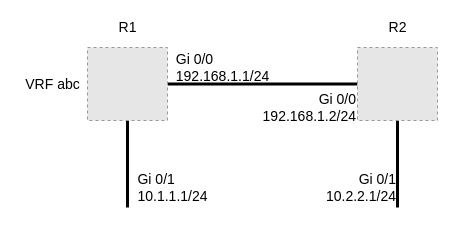
Earlier version of the draw.io diagram Documentation/Router/VRF.drawio (KerwinKwong/Draw). Source tidied: cells renumbered, new cells numbered last; positions are measured from the earlier drawing's top-left corner, leaving out a move shared by most shapes. Both pictures are drawn from the tidied source at 100%, with x=0, y=0 at pixel (17, 17). Pictures stored in the file or linked from it are replaced by grey dashed boxes.
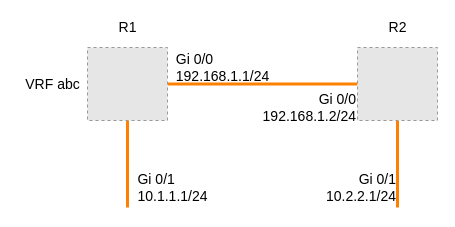
The same diagram, later.

The edit, as a diff of the source:
```diff
@@
 <mxGraphModel>
   <root>
     <mxCell id="0" />
     <mxCell id="1" parent="0" />
-    <mxCell id="2" style="edgeStyle=none;rounded=0;jettySize=auto;html=1;exitX=1;exitY=0.5;exitDx=0;exitDy=0;entryX=0;entryY=0.5;entryDx=0;entryDy=0;fontSize=18;fontColor=#000000;endArrow=none;endFill=0;strokeWidth=3;" parent="1" edge="1" source="4" target="6">
+    <mxCell id="2" style="edgeStyle=none;rounded=0;jettySize=auto;html=1;exitX=1;exitY=0.5;exitDx=0;exitDy=0;entryX=0;entryY=0.5;entryDx=0;entryDy=0;fontSize=18;fontColor=#000000;endArrow=none;endFill=0;strokeWidth=3;strokeColor=#FF8000;" parent="1" edge="1" source="4" target="6">
       <mxGeometry relative="1" as="geometry" />
     </mxCell>
-    <mxCell id="3" style="edgeStyle=none;rounded=0;jettySize=auto;html=1;exitX=0.5;exitY=1;exitDx=0;exitDy=0;fontSize=18;fontColor=#000000;endArrow=none;endFill=0;strokeWidth=3;" parent="1" edge="1" source="4">
+    <mxCell id="3" style="edgeStyle=none;rounded=0;jettySize=auto;html=1;exitX=0.5;exitY=1;exitDx=0;exitDy=0;fontSize=18;fontColor=#000000;endArrow=none;endFill=0;strokeWidth=3;strokeColor=#FF8000;" parent="1" edge="1" source="4">
       <mxGeometry relative="1" as="geometry">
         <mxPoint x="110" y="190" as="targetPoint" />
       </mxGeometry>
     </mxCell>
     <mxCell id="4" style="fillColor=#E6E6E6;strokeColor=#999999;dashed=1;verticalLabelPosition=bottom;labelBackgroundColor=#ffffff;verticalAlign=top;" parent="1" vertex="1">
       <mxGeometry x="70" y="30" width="80" height="73" as="geometry" />
     </mxCell>
-    <mxCell id="5" style="edgeStyle=none;rounded=0;jettySize=auto;html=1;exitX=0.5;exitY=1;exitDx=0;exitDy=0;fontSize=18;fontColor=#000000;endArrow=none;endFill=0;strokeWidth=3;" parent="1" edge="1" source="6">
+    <mxCell id="5" style="edgeStyle=none;rounded=0;jettySize=auto;html=1;exitX=0.5;exitY=1;exitDx=0;exitDy=0;fontSize=18;fontColor=#000000;endArrow=none;endFill=0;strokeWidth=3;strokeColor=#FF8000;" parent="1" edge="1" source="6">
       <mxGeometry relative="1" as="geometry">
         <mxPoint x="380" y="190" as="targetPoint" />
       </mxGeometry>
     </mxCell>
     <mxCell id="6" style="fillColor=#E6E6E6;strokeColor=#999999;dashed=1;verticalLabelPosition=bottom;labelBackgroundColor=#ffffff;verticalAlign=top;" parent="1" vertex="1">
       <mxGeometry x="340" y="30" width="80" height="73" as="geometry" />
     </mxCell>
+    <mxCell id="12" value="R1" style="text;html=1;align=center;verticalAlign=middle;strokeColor=none;fontSize=14;fontColor=#000000;" parent="1" vertex="1">
+      <mxGeometry x="95" width="30" height="20" as="geometry" />
+    </mxCell>
+    <mxCell id="13" value="R2" style="text;html=1;align=center;verticalAlign=middle;strokeColor=none;fontSize=14;fontColor=#000000;" parent="1" vertex="1">
+      <mxGeometry x="365" width="30" height="20" as="geometry" />
+    </mxCell>
+    <mxCell id="14" parent="0" />
-    <mxCell id="7" value="&lt;div style=&quot;text-align: left; font-size: 14px;&quot;&gt;&lt;span style=&quot;font-size: 14px;&quot;&gt;Gi 0/0&lt;/span&gt;&lt;/div&gt;&lt;div style=&quot;text-align: left; font-size: 14px;&quot;&gt;&lt;span style=&quot;font-size: 14px;&quot;&gt;192.168.1.1/24&lt;/span&gt;&lt;/div&gt;" style="text;html=1;align=center;verticalAlign=middle;strokeColor=none;fontSize=14;fontColor=#000000;" parent="1" vertex="1">
+    <mxCell id="7" value="&lt;div style=&quot;text-align: left; font-size: 14px;&quot;&gt;&lt;span style=&quot;font-size: 14px;&quot;&gt;Gi 0/0&lt;/span&gt;&lt;/div&gt;&lt;div style=&quot;text-align: left; font-size: 14px;&quot;&gt;&lt;span style=&quot;font-size: 14px;&quot;&gt;192.168.1.1/24&lt;/span&gt;&lt;/div&gt;" style="text;html=1;align=center;verticalAlign=middle;strokeColor=none;fontSize=14;fontColor=#000000;" parent="14" vertex="1">
       <mxGeometry x="150" y="30" width="110" height="40" as="geometry" />
     </mxCell>
-    <mxCell id="8" value="&lt;div style=&quot;font-size: 14px&quot;&gt;&lt;span style=&quot;font-size: 14px&quot;&gt;Gi 0/0&lt;/span&gt;&lt;/div&gt;&lt;div style=&quot;font-size: 14px&quot;&gt;&lt;span style=&quot;font-size: 14px&quot;&gt;192.168.1.2/24&lt;/span&gt;&lt;/div&gt;" style="text;html=1;align=right;verticalAlign=middle;strokeColor=none;fontSize=14;fontColor=#000000;" parent="1" vertex="1">
+    <mxCell id="8" value="&lt;div style=&quot;font-size: 14px&quot;&gt;&lt;span style=&quot;font-size: 14px&quot;&gt;Gi 0/0&lt;/span&gt;&lt;/div&gt;&lt;div style=&quot;font-size: 14px&quot;&gt;&lt;span style=&quot;font-size: 14px&quot;&gt;192.168.1.2/24&lt;/span&gt;&lt;/div&gt;" style="text;html=1;align=right;verticalAlign=middle;strokeColor=none;fontSize=14;fontColor=#000000;" parent="14" vertex="1">
       <mxGeometry x="230" y="70" width="110" height="40" as="geometry" />
     </mxCell>
-    <mxCell id="9" value="&lt;div style=&quot;text-align: left ; font-size: 14px&quot;&gt;&lt;span style=&quot;font-size: 14px&quot;&gt;Gi 0/1&lt;/span&gt;&lt;/div&gt;&lt;div style=&quot;text-align: left ; font-size: 14px&quot;&gt;&lt;span style=&quot;font-size: 14px&quot;&gt;10.1.1.1/24&lt;/span&gt;&lt;/div&gt;" style="text;html=1;align=center;verticalAlign=middle;strokeColor=none;fontSize=14;fontColor=#000000;" parent="1" vertex="1">
+    <mxCell id="9" value="&lt;div style=&quot;text-align: left ; font-size: 14px&quot;&gt;&lt;span style=&quot;font-size: 14px&quot;&gt;Gi 0/1&lt;/span&gt;&lt;/div&gt;&lt;div style=&quot;text-align: left ; font-size: 14px&quot;&gt;&lt;span style=&quot;font-size: 14px&quot;&gt;10.1.1.1/24&lt;/span&gt;&lt;/div&gt;" style="text;html=1;align=center;verticalAlign=middle;strokeColor=none;fontSize=14;fontColor=#000000;" parent="14" vertex="1">
       <mxGeometry x="110" y="150" width="90" height="40" as="geometry" />
     </mxCell>
-    <mxCell id="10" value="&lt;div style=&quot;font-size: 14px&quot;&gt;&lt;span style=&quot;font-size: 14px&quot;&gt;Gi 0/1&lt;/span&gt;&lt;/div&gt;&lt;div style=&quot;font-size: 14px&quot;&gt;&lt;span style=&quot;font-size: 14px&quot;&gt;10.2.2.1/24&lt;/span&gt;&lt;/div&gt;" style="text;html=1;align=right;verticalAlign=middle;strokeColor=none;fontSize=14;fontColor=#000000;" parent="1" vertex="1">
+    <mxCell id="10" value="&lt;div style=&quot;font-size: 14px&quot;&gt;&lt;span style=&quot;font-size: 14px&quot;&gt;Gi 0/1&lt;/span&gt;&lt;/div&gt;&lt;div style=&quot;font-size: 14px&quot;&gt;&lt;span style=&quot;font-size: 14px&quot;&gt;10.2.2.1/24&lt;/span&gt;&lt;/div&gt;" style="text;html=1;align=right;verticalAlign=middle;strokeColor=none;fontSize=14;fontColor=#000000;" parent="14" vertex="1">
       <mxGeometry x="290" y="150" width="90" height="40" as="geometry" />
     </mxCell>
-    <mxCell id="11" value="VRF abc" style="text;html=1;align=center;verticalAlign=middle;strokeColor=none;fontSize=14;fontColor=#000000;" parent="1" vertex="1">
+    <mxCell id="11" value="VRF abc" style="text;html=1;align=center;verticalAlign=middle;strokeColor=none;fontSize=14;fontColor=#000000;" parent="14" vertex="1">
       <mxGeometry y="56.5" width="70" height="20" as="geometry" />
     </mxCell>
-    <mxCell id="12" value="R1" style="text;html=1;align=center;verticalAlign=middle;strokeColor=none;fontSize=14;fontColor=#000000;" parent="1" vertex="1">
-      <mxGeometry x="95" width="30" height="20" as="geometry" />
-    </mxCell>
-    <mxCell id="13" value="R2" style="text;html=1;align=center;verticalAlign=middle;strokeColor=none;fontSize=14;fontColor=#000000;" parent="1" vertex="1">
-      <mxGeometry x="365" width="30" height="20" as="geometry" />
-    </mxCell>
   </root>
 </mxGraphModel>
```
